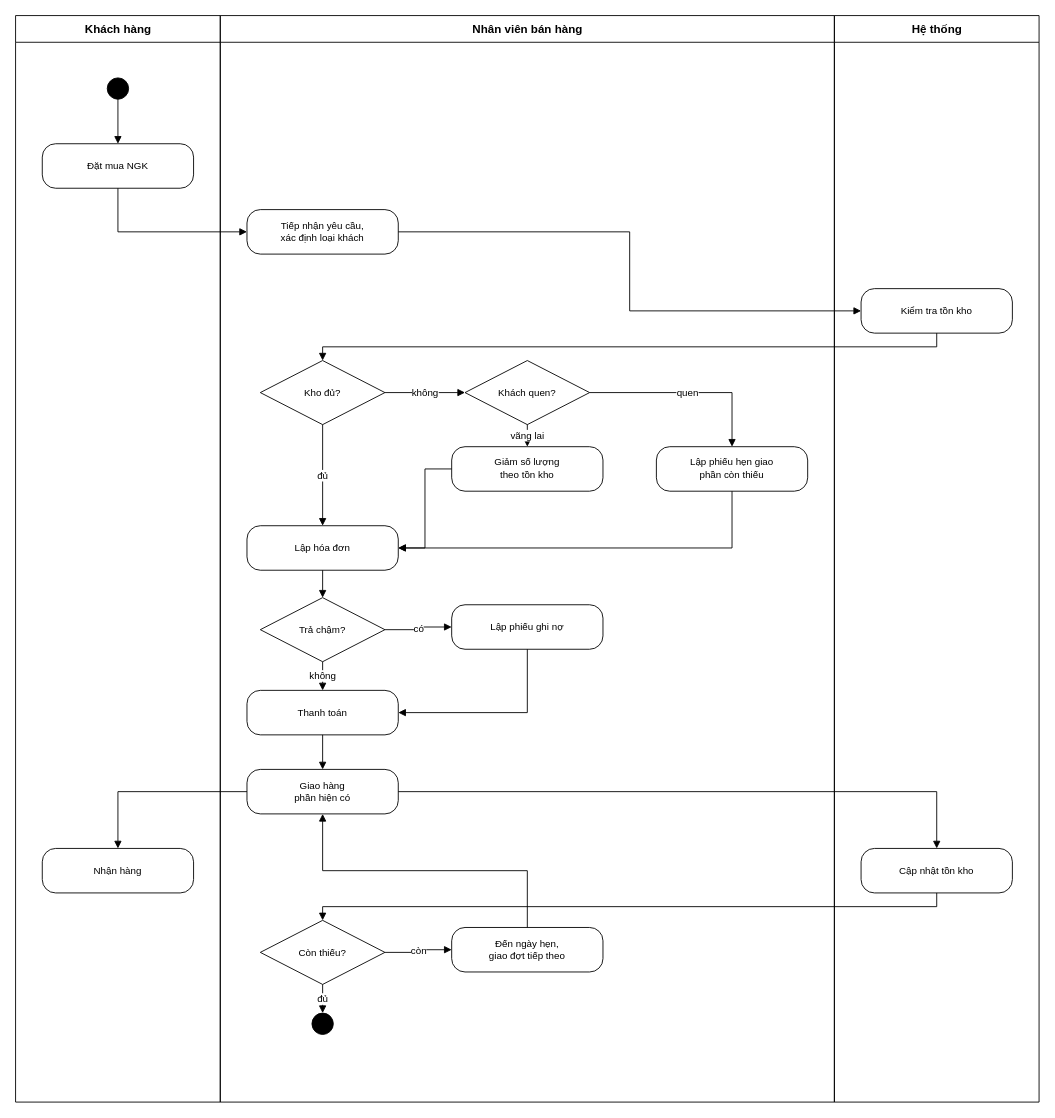
TranThienNhan8279/LAB_OOSD keeps this draw.io diagram as page "Câu 5 - Activity Diagram" (4 of 5) of IMAGES/LAB8/LAB8_UML.drawio. Above is the earlier version. Source tidied: cells renumbered, new cells numbered last; positions are measured from the earlier drawing's top-left corner, leaving out a move shared by most shapes. Both pictures are drawn from the tidied source at 89%, with x=0, y=0 at pixel (15, 15).
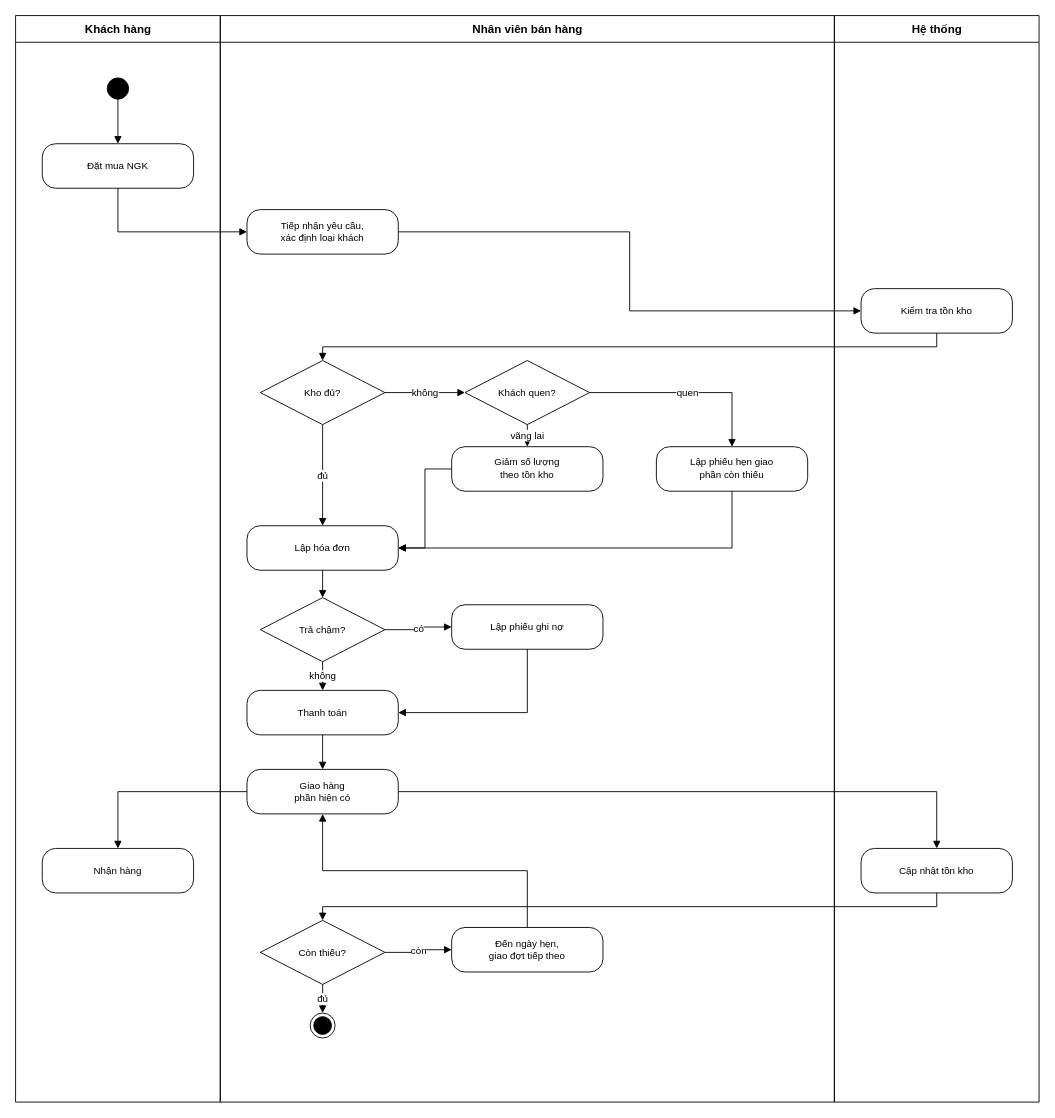
The same diagram, later.

The edit, as a diff of the source:
```diff
@@
-    <mxCell id="22" style="ellipse;html=1;fillColor=#000000;strokeColor=#000000;" parent="1" vertex="1">
-      <mxGeometry x="333" y="1120.8" width="24" height="24" as="geometry" />
+    <mxCell id="22" style="ellipse;shape=endState;html=1;fillColor=#000000;strokeColor=#000000;" parent="1" vertex="1">
+      <mxGeometry x="331" y="1120.8" width="28" height="28" as="geometry" />
     </mxCell>
```
